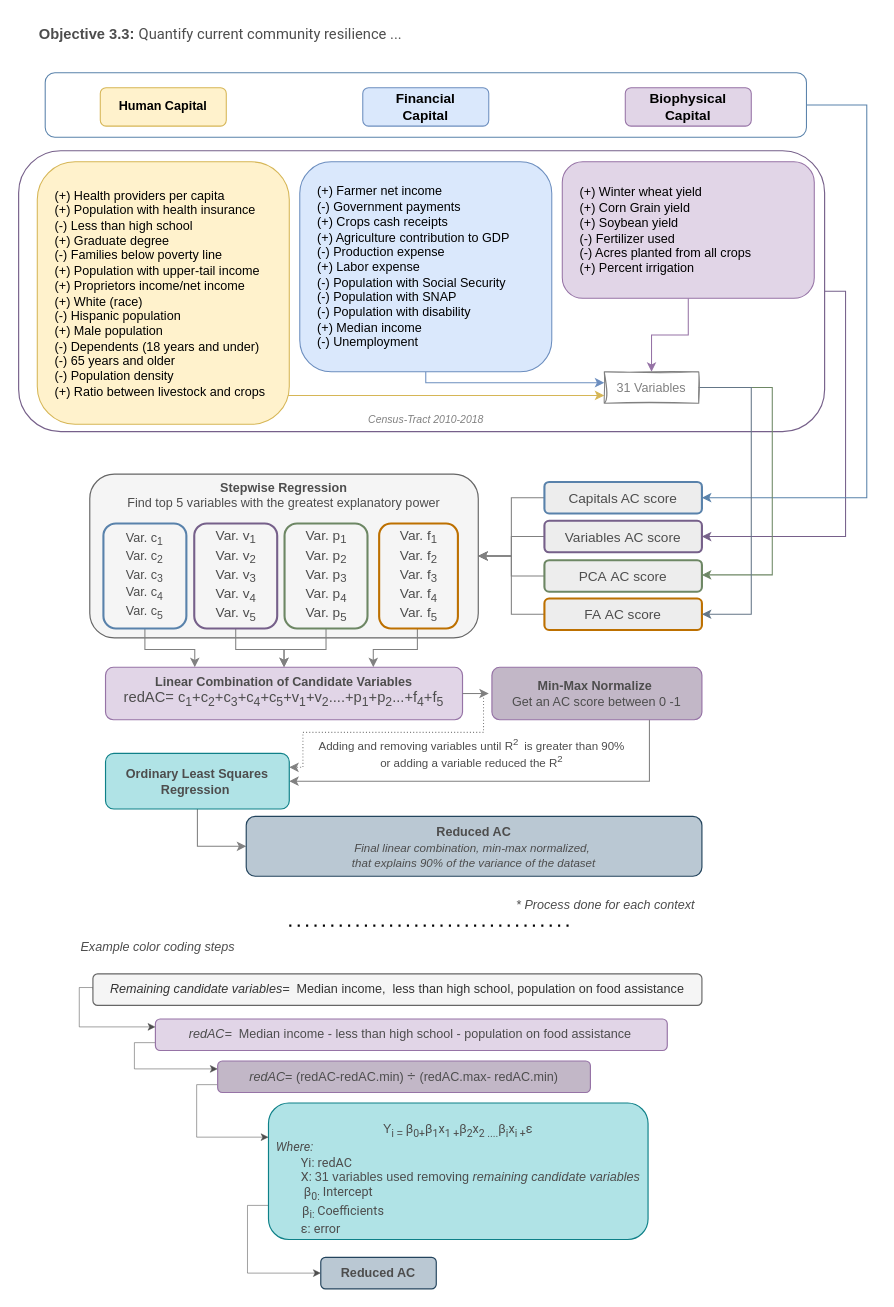
Earlier version of the draw.io diagram relative std deviation.drawio (dealchre/gradDrawio). Source tidied: cells renumbered, new cells numbered last; positions are measured from the earlier drawing's top-left corner, leaving out a move shared by most shapes. Both pictures are drawn from the tidied source at 105%, with x=0, y=0 at pixel (37, -276).
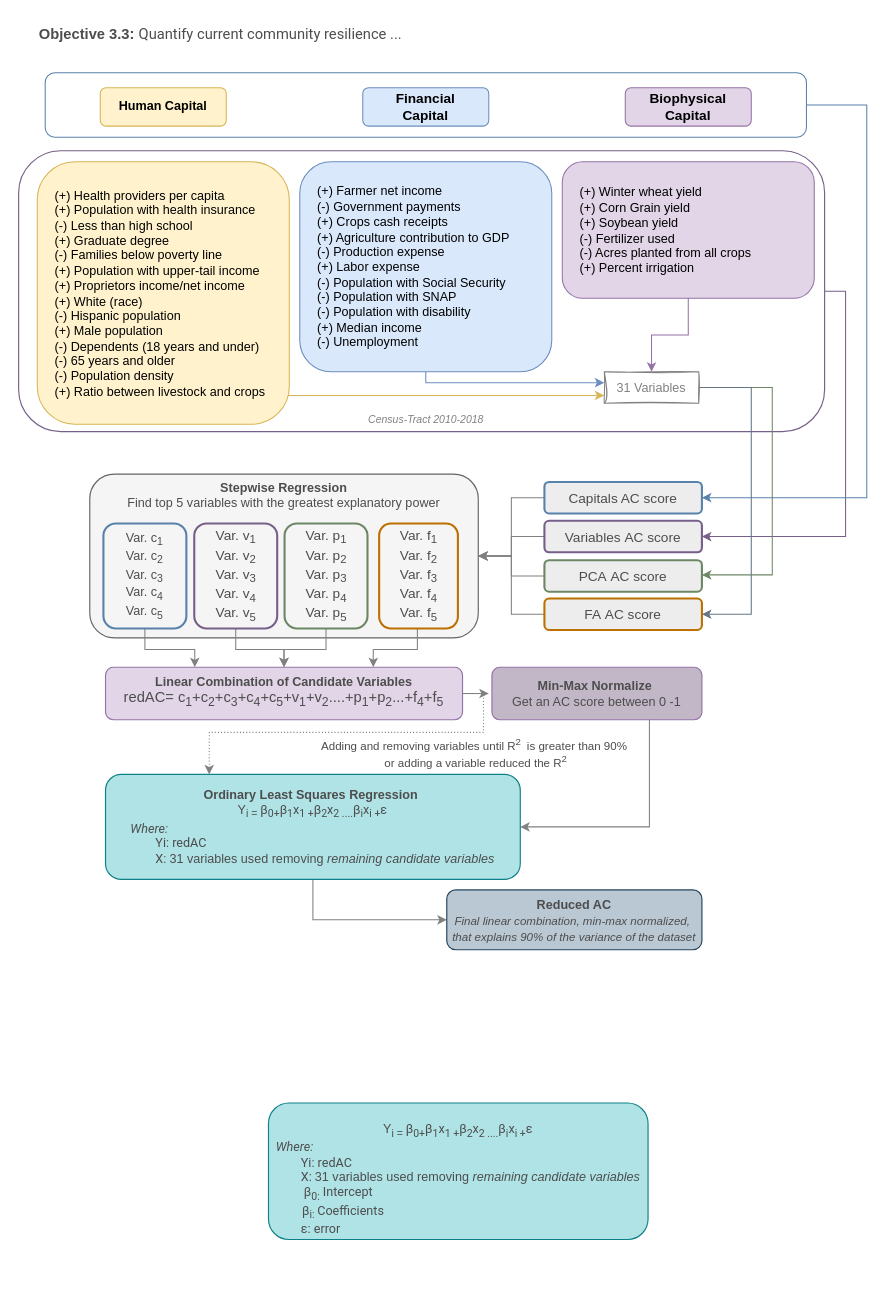
Above is the later version.

Unchanged cells that the change refers to:
```xml
<mxCell id="21" value="&lt;div style=&quot;&quot;&gt;&lt;b&gt;Linear Combination of Candidate Variables&lt;/b&gt;&lt;/div&gt;&lt;div style=&quot;&quot;&gt;&lt;span style=&quot;background-color: initial; font-size: 14px;&quot;&gt;&lt;div style=&quot;&quot;&gt;&lt;font style=&quot;font-size: 14px;&quot;&gt;redAC= c&lt;/font&gt;&lt;span style=&quot;&quot;&gt;&lt;sub&gt;1&lt;/sub&gt;+&lt;/span&gt;&lt;font style=&quot;font-size: 14px;&quot;&gt;c&lt;/font&gt;&lt;sub style=&quot;&quot;&gt;2&lt;/sub&gt;&lt;span style=&quot;&quot;&gt;+c&lt;/span&gt;&lt;sub style=&quot;&quot;&gt;3&lt;/sub&gt;&lt;span style=&quot;&quot;&gt;+c&lt;/span&gt;&lt;sub style=&quot;&quot;&gt;4&lt;/sub&gt;&lt;span style=&quot;&quot;&gt;+c&lt;/span&gt;&lt;sub style=&quot;&quot;&gt;5&lt;/sub&gt;&lt;span style=&quot;&quot;&gt;+v&lt;/span&gt;&lt;sub style=&quot;&quot;&gt;1&lt;/sub&gt;&lt;span style=&quot;&quot;&gt;+v&lt;/span&gt;&lt;sub style=&quot;&quot;&gt;2&lt;/sub&gt;&lt;span style=&quot;&quot;&gt;....+p&lt;/span&gt;&lt;sub style=&quot;&quot;&gt;1&lt;/sub&gt;&lt;span style=&quot;&quot;&gt;+p&lt;/span&gt;&lt;sub style=&quot;&quot;&gt;2&lt;/sub&gt;&lt;span style=&quot;&quot;&gt;...+f&lt;/span&gt;&lt;sub style=&quot;&quot;&gt;4&lt;/sub&gt;&lt;span style=&quot;&quot;&gt;+f&lt;/span&gt;&lt;sub style=&quot;&quot;&gt;5&lt;/sub&gt;&lt;/div&gt;&lt;/span&gt;&lt;/div&gt;" style="text;html=1;strokeColor=#9673a6;fillColor=#e1d5e7;align=center;verticalAlign=top;whiteSpace=wrap;rounded=1;fontSize=12;strokeWidth=1.1;labelBorderColor=none;labelBackgroundColor=none;fontColor=#4D4D4D;" parent="1" vertex="1">
  <mxGeometry x="65" y="898" width="340" height="50" as="geometry" />
</mxCell>
<mxCell id="26" value="&lt;div style=&quot;&quot;&gt;&lt;b&gt;Min-Max Normalize&amp;nbsp;&lt;/b&gt;&lt;br&gt;&lt;font style=&quot;font-size: 12px;&quot;&gt;Get an AC score between 0 -1&lt;/font&gt;&lt;/div&gt;" style="text;html=1;strokeColor=#9673a6;fillColor=#C2B7C7;align=center;verticalAlign=middle;whiteSpace=wrap;rounded=1;fontSize=12;strokeWidth=1.1;labelBorderColor=none;labelBackgroundColor=none;fontColor=#4D4D4D;" parent="1" vertex="1">
  <mxGeometry x="433" y="898" width="200" height="50" as="geometry" />
</mxCell>
<mxCell id="50" value="&lt;div&gt;&lt;font style=&quot;font-size: 12px;&quot;&gt;&lt;br&gt;&lt;/font&gt;&lt;/div&gt;&lt;div&gt;&lt;font style=&quot;font-size: 12px;&quot;&gt;Y&lt;sub&gt;i =&amp;nbsp;&lt;/sub&gt;&lt;span style=&quot;font-family: &amp;quot;Google Sans&amp;quot;, Roboto, Arial, sans-serif; text-align: left;&quot;&gt;β&lt;sub style=&quot;&quot;&gt;0+&lt;/sub&gt;&lt;/span&gt;&lt;span style=&quot;font-family: &amp;quot;Google Sans&amp;quot;, Roboto, Arial, sans-serif; text-align: left;&quot;&gt;β&lt;sub&gt;1&lt;/sub&gt;x&lt;sub&gt;1 +&lt;/sub&gt;&lt;/span&gt;&lt;span style=&quot;font-family: &amp;quot;Google Sans&amp;quot;, Roboto, Arial, sans-serif; text-align: left;&quot;&gt;β&lt;/span&gt;&lt;span style=&quot;font-family: &amp;quot;Google Sans&amp;quot;, Roboto, Arial, sans-serif; text-align: left;&quot;&gt;&lt;sub&gt;2&lt;/sub&gt;&lt;/span&gt;&lt;span style=&quot;font-family: &amp;quot;Google Sans&amp;quot;, Roboto, Arial, sans-serif; text-align: left;&quot;&gt;&lt;span style=&quot;&quot;&gt;x&lt;sub&gt;2&lt;/sub&gt;&lt;/span&gt;&lt;sub style=&quot;&quot;&gt;&amp;nbsp;....&lt;/sub&gt;&lt;/span&gt;&lt;span style=&quot;font-family: &amp;quot;Google Sans&amp;quot;, Roboto, Arial, sans-serif; text-align: left;&quot;&gt;β&lt;/span&gt;&lt;span style=&quot;font-family: &amp;quot;Google Sans&amp;quot;, Roboto, Arial, sans-serif; text-align: left;&quot;&gt;&lt;span style=&quot;&quot;&gt;&lt;sub&gt;i&lt;/sub&gt;&lt;/span&gt;&lt;span style=&quot;&quot;&gt;x&lt;sub&gt;i&lt;/sub&gt;&lt;/span&gt;&lt;sub style=&quot;&quot;&gt;&amp;nbsp;+&lt;/sub&gt;&lt;/span&gt;&lt;span style=&quot;font-family: &amp;quot;Google Sans&amp;quot;, Roboto, Arial, sans-serif; text-align: left;&quot;&gt;ε&lt;/span&gt;&lt;/font&gt;&lt;/div&gt;&lt;div style=&quot;text-align: left;&quot;&gt;&lt;font style=&quot;font-size: 12px;&quot; face=&quot;Google Sans, Roboto, Arial, sans-serif&quot;&gt;&lt;i&gt;Where:&lt;/i&gt;&amp;nbsp;&lt;/font&gt;&lt;/div&gt;&lt;div style=&quot;text-align: left;&quot;&gt;&lt;font style=&quot;font-size: 12px;&quot; face=&quot;Google Sans, Roboto, Arial, sans-serif&quot;&gt;&lt;span style=&quot;white-space: pre;&quot;&gt;&#9;&lt;/span&gt;Yi: redAC&lt;/font&gt;&lt;/div&gt;&lt;div style=&quot;text-align: left;&quot;&gt;&lt;font style=&quot;font-size: 12px;&quot;&gt;&lt;font style=&quot;font-size: 12px;&quot; face=&quot;Google Sans, Roboto, Arial, sans-serif&quot;&gt;&lt;span style=&quot;white-space: pre;&quot;&gt;&#9;&lt;/span&gt;X:&amp;nbsp;&lt;/font&gt;&lt;span style=&quot;background-color: initial; text-align: center;&quot;&gt;31 variables used removing &lt;i&gt;remaining candidate variables&lt;/i&gt;&lt;/span&gt;&lt;/font&gt;&lt;/div&gt;&lt;div style=&quot;text-align: left;&quot;&gt;&lt;font style=&quot;font-size: 12px;&quot;&gt;&lt;span style=&quot;background-color: initial; text-align: center;&quot;&gt;&lt;i&gt;&lt;span style=&quot;white-space: pre;&quot;&gt;&lt;span style=&quot;white-space: pre;&quot;&gt;&#9;&lt;/span&gt;&lt;/span&gt;&lt;/i&gt;&lt;/span&gt;&lt;/font&gt;&lt;span style=&quot;background-color: initial; font-family: &amp;quot;Google Sans&amp;quot;, Roboto, Arial, sans-serif;&quot;&gt;β&lt;sub&gt;0:&lt;/sub&gt; Intercept&lt;/span&gt;&lt;/div&gt;&lt;div style=&quot;text-align: left;&quot;&gt;&lt;sub style=&quot;text-align: center;&quot;&gt;&amp;nbsp;&lt;span style=&quot;white-space: pre;&quot;&gt;&#9;&amp;nbsp;&lt;/span&gt;&lt;/sub&gt;&lt;span style=&quot;font-family: &amp;quot;Google Sans&amp;quot;, Roboto, Arial, sans-serif;&quot;&gt;β&lt;sub&gt;i: &lt;/sub&gt;Coefficients&lt;/span&gt;&lt;span style=&quot;background-color: initial; font-family: &amp;quot;Google Sans&amp;quot;, Roboto, Arial, sans-serif;&quot;&gt;&lt;sub&gt;&lt;br&gt;&lt;/sub&gt;&lt;/span&gt;&lt;/div&gt;&lt;div style=&quot;text-align: left;&quot;&gt;&lt;span style=&quot;background-color: initial; font-family: &amp;quot;Google Sans&amp;quot;, Roboto, Arial, sans-serif;&quot;&gt;&lt;span style=&quot;white-space: pre;&quot;&gt;&#9;&lt;/span&gt;ε: error&lt;/span&gt;&lt;/div&gt;&lt;div style=&quot;text-align: left;&quot;&gt;&lt;/div&gt;" style="whiteSpace=wrap;html=1;verticalAlign=middle;fillColor=#b0e3e6;strokeColor=#0e8088;rounded=1;strokeWidth=1.1;labelBorderColor=none;labelBackgroundColor=none;fontColor=#4D4D4D;" parent="1" vertex="1">
  <mxGeometry x="220.2" y="1313" width="361.5" height="130" as="geometry" />
</mxCell>
```

The edit, as a diff of the source:
```diff
@@
     <mxCell id="19" style="edgeStyle=orthogonalEdgeStyle;rounded=0;jettySize=auto;html=1;strokeColor=#808080;align=center;verticalAlign=middle;fontFamily=Helvetica;fontSize=11;fontColor=#4D4D4D;labelBackgroundColor=default;endArrow=classic;exitX=0.75;exitY=1;exitDx=0;exitDy=0;entryX=1;entryY=0.5;entryDx=0;entryDy=0;" parent="1" edge="1" source="26" target="24">
       <mxGeometry relative="1" as="geometry">
         <Array as="points">
-          <mxPoint x="583" y="1007" />
+          <mxPoint x="583" y="1050" />
         </Array>
       </mxGeometry>
     </mxCell>
@@
-    <mxCell id="22" value="Adding and removing variables until R&lt;sup&gt;2&amp;nbsp;&lt;/sup&gt;&amp;nbsp;is greater than 90%&amp;nbsp;&lt;div&gt;or adding a variable reduced the R&lt;sup&gt;2&lt;/sup&gt;&amp;nbsp;&lt;/div&gt;" style="edgeStyle=orthogonalEdgeStyle;rounded=0;jettySize=auto;html=1;exitX=1;exitY=0.5;exitDx=0;exitDy=0;entryX=1;entryY=0.25;entryDx=0;entryDy=0;strokeColor=#808080;align=center;verticalAlign=middle;fontFamily=Helvetica;fontSize=11;fontColor=#4D4D4D;labelBackgroundColor=none;endArrow=classic;dashed=1;dashPattern=1 2;" parent="1" edge="1" source="21" target="24">
-      <mxGeometry x="-0.51" y="20" relative="1" as="geometry">
+    <mxCell id="22" value="Adding and removing variables until R&lt;sup&gt;2&amp;nbsp;&lt;/sup&gt;&amp;nbsp;is greater than 90%&amp;nbsp;&amp;nbsp;&lt;div&gt;&lt;span style=&quot;background-color: initial;&quot;&gt;or adding a variable reduced the R&lt;/span&gt;&lt;sup style=&quot;background-color: initial;&quot;&gt;2&lt;/sup&gt;&lt;span style=&quot;background-color: initial;&quot;&gt;&amp;nbsp;&lt;/span&gt;&lt;/div&gt;" style="edgeStyle=orthogonalEdgeStyle;rounded=0;jettySize=auto;html=1;exitX=1;exitY=0.5;exitDx=0;exitDy=0;entryX=0.25;entryY=0;entryDx=0;entryDy=0;strokeColor=#808080;align=center;verticalAlign=middle;fontFamily=Helvetica;fontSize=11;fontColor=#4D4D4D;labelBackgroundColor=none;endArrow=classic;dashed=1;dashPattern=1 2;" parent="1" edge="1" source="21" target="24">
+      <mxGeometry x="-0.65" y="20" relative="1" as="geometry">
         <Array as="points">
           <mxPoint x="425" y="923" />
           <mxPoint x="425" y="960" />
-          <mxPoint x="253" y="960" />
-          <mxPoint x="253" y="993" />
+          <mxPoint x="164" y="960" />
         </Array>
       </mxGeometry>
     </mxCell>
@@
-    <mxCell id="24" value="&lt;b&gt;Ordinary Least Squares Regression&amp;nbsp;&lt;/b&gt;" style="whiteSpace=wrap;html=1;verticalAlign=middle;fillColor=#b0e3e6;strokeColor=#0e8088;rounded=1;strokeWidth=1.1;labelBorderColor=none;labelBackgroundColor=none;fontColor=#4D4D4D;" parent="1" vertex="1">
-      <mxGeometry x="65" y="980" width="175" height="53" as="geometry" />
+    <mxCell id="24" value="&lt;b&gt;Ordinary Least Squares Regression&amp;nbsp;&lt;/b&gt;&lt;div&gt;&lt;div&gt;Y&lt;sub&gt;i =&amp;nbsp;&lt;/sub&gt;&lt;span style=&quot;font-family: &amp;quot;Google Sans&amp;quot;, Roboto, Arial, sans-serif; text-align: left;&quot;&gt;β&lt;sub&gt;0+&lt;/sub&gt;&lt;/span&gt;&lt;span style=&quot;font-family: &amp;quot;Google Sans&amp;quot;, Roboto, Arial, sans-serif; text-align: left;&quot;&gt;β&lt;sub&gt;1&lt;/sub&gt;x&lt;sub&gt;1 +&lt;/sub&gt;&lt;/span&gt;&lt;span style=&quot;font-family: &amp;quot;Google Sans&amp;quot;, Roboto, Arial, sans-serif; text-align: left;&quot;&gt;β&lt;/span&gt;&lt;span style=&quot;font-family: &amp;quot;Google Sans&amp;quot;, Roboto, Arial, sans-serif; text-align: left;&quot;&gt;&lt;sub&gt;2&lt;/sub&gt;&lt;/span&gt;&lt;span style=&quot;font-family: &amp;quot;Google Sans&amp;quot;, Roboto, Arial, sans-serif; text-align: left;&quot;&gt;x&lt;sub&gt;2&lt;/sub&gt;&lt;sub&gt;&amp;nbsp;....&lt;/sub&gt;&lt;/span&gt;&lt;span style=&quot;font-family: &amp;quot;Google Sans&amp;quot;, Roboto, Arial, sans-serif; text-align: left;&quot;&gt;β&lt;/span&gt;&lt;span style=&quot;font-family: &amp;quot;Google Sans&amp;quot;, Roboto, Arial, sans-serif; text-align: left;&quot;&gt;&lt;sub&gt;i&lt;/sub&gt;x&lt;sub&gt;i&lt;/sub&gt;&lt;sub&gt;&amp;nbsp;+&lt;/sub&gt;&lt;/span&gt;&lt;span style=&quot;font-family: &amp;quot;Google Sans&amp;quot;, Roboto, Arial, sans-serif; text-align: left;&quot;&gt;ε&lt;/span&gt;&lt;/div&gt;&lt;div style=&quot;text-align: left;&quot;&gt;&lt;font face=&quot;Google Sans, Roboto, Arial, sans-serif&quot;&gt;&lt;i&gt;Where:&lt;/i&gt;&amp;nbsp;&lt;/font&gt;&lt;/div&gt;&lt;div style=&quot;text-align: left;&quot;&gt;&lt;font face=&quot;Google Sans, Roboto, Arial, sans-serif&quot;&gt;&lt;span style=&quot;white-space: pre;&quot;&gt;&#9;&lt;/span&gt;Yi: redAC&lt;/font&gt;&lt;/div&gt;&lt;div style=&quot;text-align: left;&quot;&gt;&lt;font face=&quot;Google Sans, Roboto, Arial, sans-serif&quot;&gt;&lt;span style=&quot;white-space: pre;&quot;&gt;&#9;&lt;/span&gt;X:&amp;nbsp;&lt;/font&gt;&lt;span style=&quot;background-color: initial; text-align: center;&quot;&gt;31 variables used removing&amp;nbsp;&lt;i&gt;remaining candidate variables&lt;/i&gt;&lt;/span&gt;&lt;/div&gt;&lt;/div&gt;" style="whiteSpace=wrap;html=1;verticalAlign=middle;fillColor=#b0e3e6;strokeColor=#0e8088;rounded=1;strokeWidth=1.1;labelBorderColor=none;labelBackgroundColor=none;fontColor=#4D4D4D;" parent="1" vertex="1">
+      <mxGeometry x="65" y="1000" width="395" height="100" as="geometry" />
     </mxCell>
     <mxCell id="25" value="&lt;div style=&quot;&quot;&gt;&lt;b&gt;Reduced AC&lt;/b&gt;&lt;/div&gt;&lt;div style=&quot;font-size: 11px;&quot;&gt;&lt;div style=&quot;line-height: 10.4px;&quot;&gt;&lt;sub style=&quot;&quot;&gt;&lt;i style=&quot;font-size: 11px;&quot;&gt;&lt;font style=&quot;font-size: 11px;&quot;&gt;Final linear combination, min-max normalized,&amp;nbsp;&lt;/font&gt;&lt;/i&gt;&lt;/sub&gt;&lt;/div&gt;&lt;div style=&quot;line-height: 10.4px;&quot;&gt;&lt;sub&gt;&lt;i style=&quot;font-size: 11px;&quot;&gt;&lt;font style=&quot;font-size: 11px;&quot;&gt;that explains 90% of the variance of the dataset&lt;/font&gt;&lt;/i&gt;&lt;/sub&gt;&lt;/div&gt;&lt;/div&gt;" style="text;html=1;strokeColor=#23445d;fillColor=#bac8d3;align=center;verticalAlign=middle;whiteSpace=wrap;rounded=1;fontSize=12;strokeWidth=1.1;labelBorderColor=none;labelBackgroundColor=none;fontColor=#4D4D4D;" parent="1" vertex="1">
-      <mxGeometry x="199" y="1040" width="434" height="57" as="geometry" />
+      <mxGeometry x="390" y="1110" width="243" height="57" as="geometry" />
     </mxCell>
@@
-    <mxCell id="45" style="edgeStyle=orthogonalEdgeStyle;rounded=0;jettySize=auto;html=1;exitX=0;exitY=0.75;exitDx=0;exitDy=0;entryX=0;entryY=0.25;entryDx=0;entryDy=0;strokeColor=#4D4D4D;strokeWidth=0.5;align=center;verticalAlign=middle;fontFamily=Helvetica;fontSize=11;fontColor=default;labelBackgroundColor=default;endArrow=classic;" parent="1" edge="1" source="46" target="48">
-      <mxGeometry relative="1" as="geometry" />
-    </mxCell>
-    <mxCell id="46" value="&lt;i&gt;redAC=&amp;nbsp;&lt;/i&gt; Median income - less than high school - population on food assistance&amp;nbsp;" style="whiteSpace=wrap;html=1;verticalAlign=middle;fillColor=#e1d5e7;strokeColor=#9673a6;rounded=1;strokeWidth=1.1;labelBorderColor=none;labelBackgroundColor=none;fontColor=#4D4D4D;align=center;fontFamily=Helvetica;fontSize=12;gradientColor=none;" parent="1" vertex="1">
-      <mxGeometry x="112.5" y="1233" width="487.5" height="30" as="geometry" />
-    </mxCell>
-    <mxCell id="47" style="edgeStyle=orthogonalEdgeStyle;rounded=0;jettySize=auto;html=1;exitX=0;exitY=0.75;exitDx=0;exitDy=0;entryX=0;entryY=0.25;entryDx=0;entryDy=0;strokeColor=#4D4D4D;strokeWidth=0.5;align=center;verticalAlign=middle;fontFamily=Helvetica;fontSize=11;fontColor=default;labelBackgroundColor=default;endArrow=classic;" parent="1" edge="1" source="48" target="50">
-      <mxGeometry relative="1" as="geometry" />
-    </mxCell>
-    <mxCell id="48" value="&lt;div style=&quot;&quot;&gt;&lt;i&gt;redAC&lt;/i&gt;= (&lt;span style=&quot;background-color: initial;&quot;&gt;redAC-&lt;/span&gt;&lt;span style=&quot;background-color: initial;&quot;&gt;redAC.min)&amp;nbsp;&lt;/span&gt;&lt;span style=&quot;text-align: left;&quot;&gt;&lt;font style=&quot;font-size: 14px;&quot; face=&quot;Helvetica&quot;&gt;÷&amp;nbsp;&lt;/font&gt;&lt;/span&gt;&lt;span style=&quot;background-color: initial;&quot;&gt;(&lt;/span&gt;&lt;span style=&quot;background-color: initial;&quot;&gt;redAC.max-&amp;nbsp;&lt;/span&gt;&lt;span style=&quot;background-color: initial;&quot;&gt;redAC.min)&lt;/span&gt;&lt;/div&gt;" style="text;html=1;strokeColor=#9673a6;fillColor=#C2B7C7;align=center;verticalAlign=middle;whiteSpace=wrap;rounded=1;fontSize=12;strokeWidth=1.1;labelBorderColor=none;labelBackgroundColor=none;fontColor=#4D4D4D;" parent="1" vertex="1">
-      <mxGeometry x="171.8" y="1273" width="355" height="30" as="geometry" />
-    </mxCell>
-    <mxCell id="49" style="edgeStyle=orthogonalEdgeStyle;rounded=0;jettySize=auto;html=1;exitX=0;exitY=0.75;exitDx=0;exitDy=0;strokeColor=#4D4D4D;strokeWidth=0.5;align=center;verticalAlign=middle;fontFamily=Helvetica;fontSize=11;fontColor=default;labelBackgroundColor=default;endArrow=classic;entryX=0;entryY=0.5;entryDx=0;entryDy=0;" parent="1" edge="1" source="50" target="53">
-      <mxGeometry relative="1" as="geometry" />
-    </mxCell>
@@
-    <mxCell id="51" style="edgeStyle=orthogonalEdgeStyle;rounded=0;jettySize=auto;html=1;exitX=0;exitY=0.5;exitDx=0;exitDy=0;entryX=0;entryY=0.25;entryDx=0;entryDy=0;strokeColor=#4D4D4D;strokeWidth=0.5;" parent="1" edge="1" source="52" target="46">
-      <mxGeometry relative="1" as="geometry">
-        <Array as="points">
-          <mxPoint x="40" y="1203" />
-          <mxPoint x="40" y="1241" />
-        </Array>
-      </mxGeometry>
-    </mxCell>
-    <mxCell id="52" value="&lt;i&gt;Remaining candidate variables=&lt;/i&gt;&amp;nbsp; Median income,&amp;nbsp; less than high school, population on food assistance" style="whiteSpace=wrap;html=1;verticalAlign=middle;fillColor=#f5f5f5;strokeColor=#666666;rounded=1;strokeWidth=1.1;labelBorderColor=none;labelBackgroundColor=none;fontColor=#333333;align=center;fontFamily=Helvetica;fontSize=12;" parent="1" vertex="1">
-      <mxGeometry x="53" y="1190" width="580" height="30" as="geometry" />
-    </mxCell>
-    <mxCell id="53" value="&lt;div style=&quot;&quot;&gt;&lt;b&gt;Reduced AC&lt;/b&gt;&lt;/div&gt;" style="text;html=1;strokeColor=#23445d;fillColor=#bac8d3;align=center;verticalAlign=middle;whiteSpace=wrap;rounded=1;fontSize=12;strokeWidth=1.1;labelBorderColor=none;labelBackgroundColor=none;fontColor=#4D4D4D;" parent="1" vertex="1">
-      <mxGeometry x="270" y="1460" width="110" height="30" as="geometry" />
-    </mxCell>
-    <mxCell id="54" value="Example color coding steps" style="text;html=1;align=center;verticalAlign=middle;whiteSpace=wrap;rounded=0;fontStyle=2;fontColor=#4D4D4D;" parent="1" vertex="1">
-      <mxGeometry x="35" y="1150" width="160" height="30" as="geometry" />
-    </mxCell>
-    <mxCell id="55" value="* Process done for each context" style="text;html=1;align=center;verticalAlign=middle;whiteSpace=wrap;rounded=0;fontStyle=2;fontColor=#4D4D4D;" parent="1" vertex="1">
-      <mxGeometry x="450" y="1110" width="183" height="30" as="geometry" />
-    </mxCell>
-    <mxCell id="56" style="endArrow=none;dashed=1;html=1;dashPattern=1 3;strokeWidth=2;rounded=0;" parent="1" edge="1">
-      <mxGeometry relative="1" as="geometry">
-        <mxPoint x="240" y="1144" as="sourcePoint" />
-        <mxPoint x="510" y="1144" as="targetPoint" />
-      </mxGeometry>
-    </mxCell>
```
